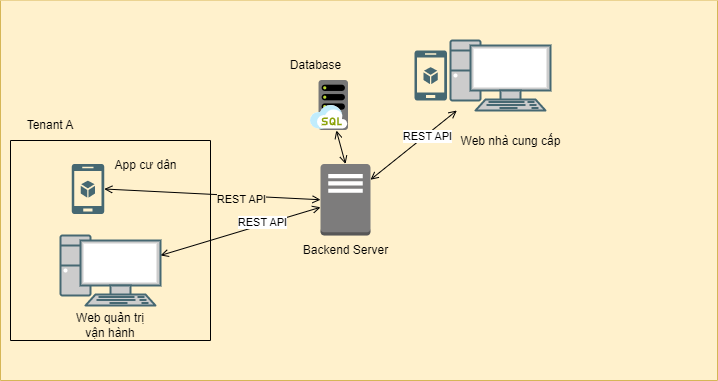
kienndhn/draw-io keeps this draw.io diagram as chung/sơ đồ tổng quan.drawio.png. Above is the earlier version. Source tidied: cells renumbered, new cells last; positions are measured from the earlier drawing's top-left corner, leaving out a move shared by most shapes.
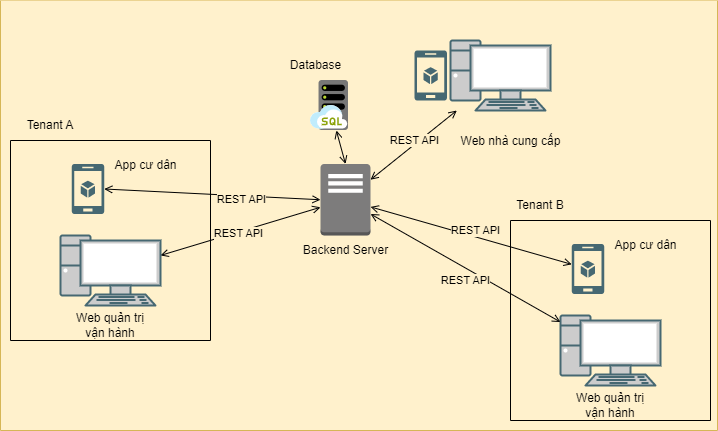
Above is the later version.

What changed in the source:
```diff
@@ -6,7 +6,7 @@
       <mxGeometry x="497.8" y="190" width="90" height="30" as="geometry" />
     </mxCell>
     <mxCell id="3" style="swimlane;startSize=0;fillColor=#fff2cc;strokeColor=#d6b656;swimlaneFillColor=#fff1cc;labelBackgroundColor=#956565;" parent="1" vertex="1">
-      <mxGeometry width="717" height="380" as="geometry" />
+      <mxGeometry x="-10" width="717" height="430" as="geometry" />
     </mxCell>
     <mxCell id="4" style="edgeStyle=none;rounded=0;jettySize=auto;html=1;startArrow=open;startFill=0;endArrow=open;endFill=0;exitX=0.5;exitY=0;exitDx=0;exitDy=0;exitPerimeter=0;" parent="3" edge="1" source="15" target="14">
       <mxGeometry relative="1" as="geometry" />
@@ -28,15 +28,9 @@
     <mxCell id="9" style="edgeStyle=none;rounded=0;jettySize=auto;html=1;startArrow=open;startFill=0;endArrow=open;endFill=0;" parent="3" edge="1" source="15" target="17">
       <mxGeometry relative="1" as="geometry" />
     </mxCell>
-    <mxCell id="10" value="REST API" style="edgeLabel;html=1;align=center;verticalAlign=middle;" parent="9" vertex="1">
-      <mxGeometry x="-0.28" y="-3" relative="1" as="geometry" />
-    </mxCell>
     <mxCell id="11" style="edgeStyle=none;rounded=0;jettySize=auto;html=1;startArrow=open;startFill=0;endArrow=open;endFill=0;" parent="3" edge="1" source="23" target="15">
       <mxGeometry relative="1" as="geometry" />
     </mxCell>
-    <mxCell id="12" value="REST API" style="edgeLabel;html=1;align=center;verticalAlign=middle;" parent="11" vertex="1">
-      <mxGeometry x="-0.29" y="1" relative="1" as="geometry" />
-    </mxCell>
     <mxCell id="13" value="Web nhà cung cấp" style="text;html=1;align=center;verticalAlign=middle;strokeColor=none;fillColor=none;" parent="3" vertex="1">
       <mxGeometry x="450" y="125.8" width="120" height="30" as="geometry" />
     </mxCell>
@@ -73,5 +67,47 @@
     <mxCell id="24" value="Tenant A" style="text;html=1;strokeColor=none;fillColor=none;align=center;verticalAlign=middle;whiteSpace=wrap;rounded=0;" parent="3" vertex="1">
       <mxGeometry x="20" y="110" width="60" height="30" as="geometry" />
     </mxCell>
+    <mxCell id="25" value="REST API" style="edgeLabel;html=1;align=center;verticalAlign=middle;labelBackgroundColor=#fff1cc;" parent="3" vertex="1">
+      <mxGeometry x="414" y="140" as="geometry" />
+    </mxCell>
+    <mxCell id="26" style="swimlane;startSize=0;" parent="3" vertex="1">
+      <mxGeometry x="510" y="220" width="200" height="200" as="geometry" />
+    </mxCell>
+    <mxCell id="27" style="fontColor=#0066CC;verticalAlign=top;verticalLabelPosition=bottom;labelPosition=center;align=center;html=1;outlineConnect=0;fillColor=#CCCCCC;strokeColor=#466872;gradientColor=none;gradientDirection=north;strokeWidth=2;shape=mxgraph.networks.pc;" parent="26" vertex="1">
+      <mxGeometry x="50" y="95" width="100" height="70" as="geometry" />
+    </mxCell>
+    <mxCell id="28" value="Web quản trị vận hành" style="text;html=1;strokeColor=none;fillColor=none;align=center;verticalAlign=middle;whiteSpace=wrap;rounded=0;" parent="26" vertex="1">
+      <mxGeometry x="61.2" y="170" width="77.5" height="30" as="geometry" />
+    </mxCell>
+    <mxCell id="29" style="verticalLabelPosition=bottom;html=1;verticalAlign=top;align=center;strokeColor=none;fillColor=#466872;shape=mxgraph.azure.mobile_services;" parent="26" vertex="1">
+      <mxGeometry x="61.2" y="23.5" width="32.5" height="50" as="geometry" />
+    </mxCell>
+    <mxCell id="30" value="App cư dân" style="text;html=1;align=center;verticalAlign=middle;strokeColor=none;fillColor=none;" parent="26" vertex="1">
+      <mxGeometry x="90" y="10" width="90" height="30" as="geometry" />
+    </mxCell>
+    <mxCell id="31" style="rounded=0;jettySize=auto;html=1;endArrow=open;endFill=0;startArrow=open;startFill=0;" parent="3" edge="1" source="29" target="15">
+      <mxGeometry relative="1" as="geometry" />
+    </mxCell>
+    <mxCell id="32" style="rounded=0;jettySize=auto;html=1;endArrow=open;endFill=0;startArrow=open;startFill=0;" parent="3" edge="1" source="27" target="15">
+      <mxGeometry relative="1" as="geometry" />
+    </mxCell>
+    <mxCell id="33" value="Tenant B" style="text;html=1;strokeColor=none;fillColor=none;align=center;verticalAlign=middle;whiteSpace=wrap;rounded=0;" parent="3" vertex="1">
+      <mxGeometry x="510" y="190" width="60" height="30" as="geometry" />
+    </mxCell>
+    <mxCell id="34" value="REST API" style="edgeLabel;html=1;align=center;verticalAlign=middle;labelBackgroundColor=#fff1cc;" parent="3" vertex="1">
+      <mxGeometry x="482" y="235" as="geometry">
+        <mxPoint x="-7" y="-5" as="offset" />
+      </mxGeometry>
+    </mxCell>
+    <mxCell id="35" value="REST API" style="edgeLabel;html=1;align=center;verticalAlign=middle;labelBackgroundColor=#fff1cc;" parent="3" vertex="1">
+      <mxGeometry x="240" y="180" as="geometry">
+        <mxPoint x="-2" y="53" as="offset" />
+      </mxGeometry>
+    </mxCell>
+    <mxCell id="36" value="REST API" style="edgeLabel;html=1;align=center;verticalAlign=middle;labelBackgroundColor=#fff1cc;" parent="1" vertex="1">
+      <mxGeometry x="470" y="250" as="geometry">
+        <mxPoint x="-15" y="30" as="offset" />
+      </mxGeometry>
+    </mxCell>
   </root>
 </mxGraphModel>
```
